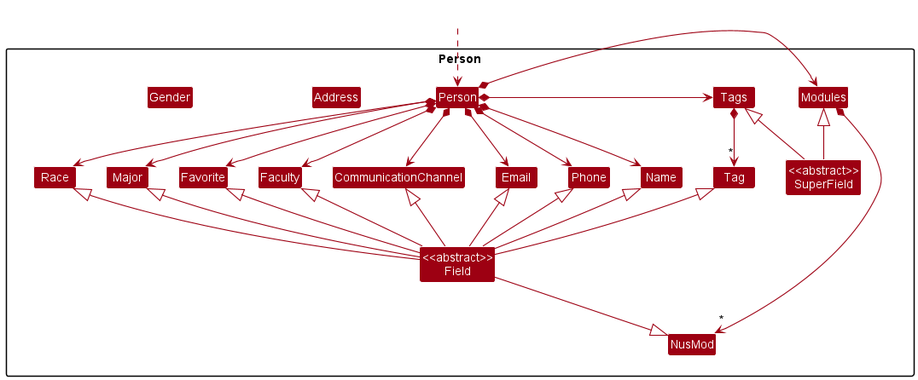
nus-cs2103-AY2223S2/tp keeps this PlantUML diagram as docs/images/PersonDiagram.png. Above is the earlier version. Its diagram source:
```plantuml
@startuml
!include style.puml
skinparam arrowThickness 1.1
skinparam arrowColor MODEL_COLOR
skinparam classBackgroundColor MODEL_COLOR

Class HiddenOutside #FFFFFF
HiddenOutside ..> Person

Package Person {
    Class Person
    Class Address
    Class Email
    Class Name
    Class Phone
    Class Tag
    Class CommunicationChannel
    Class Faculty
    Class Favorite
    Class Gender
    Class Major
    Class Modules
    Class Race
    Class Tags
    Class NusMod

    Class "<<abstract>>\nField" as Field
    Class "<<abstract>>\nSuperField" as SuperField

}


Person *--> Name
Person *--> Phone
Person *--> Email
Person *--> CommunicationChannel
Person *--> Faculty
Person *--> Favorite
Person *--> Major
Person *-right-> Modules
Modules *--> "*" NusMod
Person *--> Race
Person *-right-> Tags
Tags *--> "*" Tag

Field -up-|> Name
Field -up-|> Phone
Field -up-|> Email
Field -up-|> CommunicationChannel
Field -up-|> Faculty
Field -up-|> Favorite
Field -up-|> Major
Field --|> NusMod
Field -up-|> Race
Field -up-|> Tag


SuperField -up-|> Modules
SuperField -up-|> Tags


@enduml
```
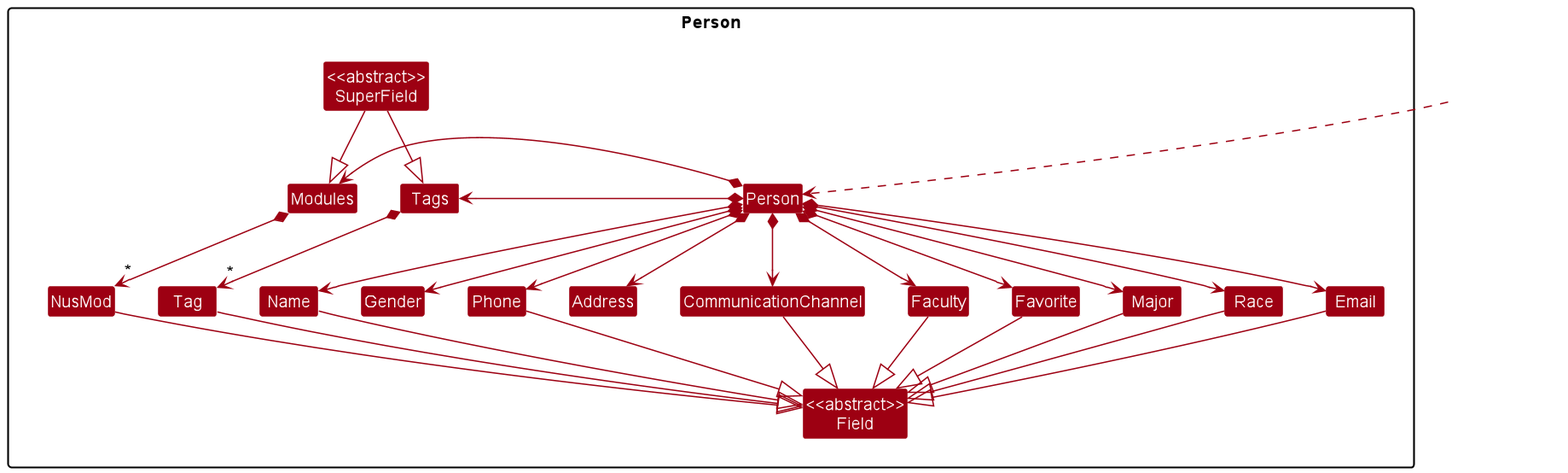
Later version of the same file.

The edit, as a diff of the source:
```diff
@@ -3,9 +3,12 @@
 skinparam arrowThickness 1.1
 skinparam arrowColor MODEL_COLOR
 skinparam classBackgroundColor MODEL_COLOR
+scale 450 width
+scale 400 height
 
 Class HiddenOutside #FFFFFF
-HiddenOutside ..> Person
+HiddenOutside .down.> Person
+
 
 Package Person {
     Class Person
@@ -29,7 +32,8 @@
 
 }
 
-
+Person *--> Gender
+Person *--> Address
 Person *--> Name
 Person *--> Phone
 Person *--> Email
@@ -43,20 +47,19 @@
 Person *-right-> Tags
 Tags *--> "*" Tag
 
-Field -up-|> Name
-Field -up-|> Phone
-Field -up-|> Email
-Field -up-|> CommunicationChannel
-Field -up-|> Faculty
-Field -up-|> Favorite
-Field -up-|> Major
-Field --|> NusMod
-Field -up-|> Race
-Field -up-|> Tag
+Name -down-|> Field
+Email -down-|> Field
+Phone -down-|> Field
+CommunicationChannel -down-|> Field
+Faculty -down-|>Field
+Favorite -down-|> Field
+Major -down-|> Field
+NusMod -down-|> Field
+Race -down-|> Field
+Tag -down-|> Field
 
-
-SuperField -up-|> Modules
-SuperField -up-|> Tags
+SuperField -down-|> Modules
+SuperField -down-|> Tags
 
 
 @enduml
```
